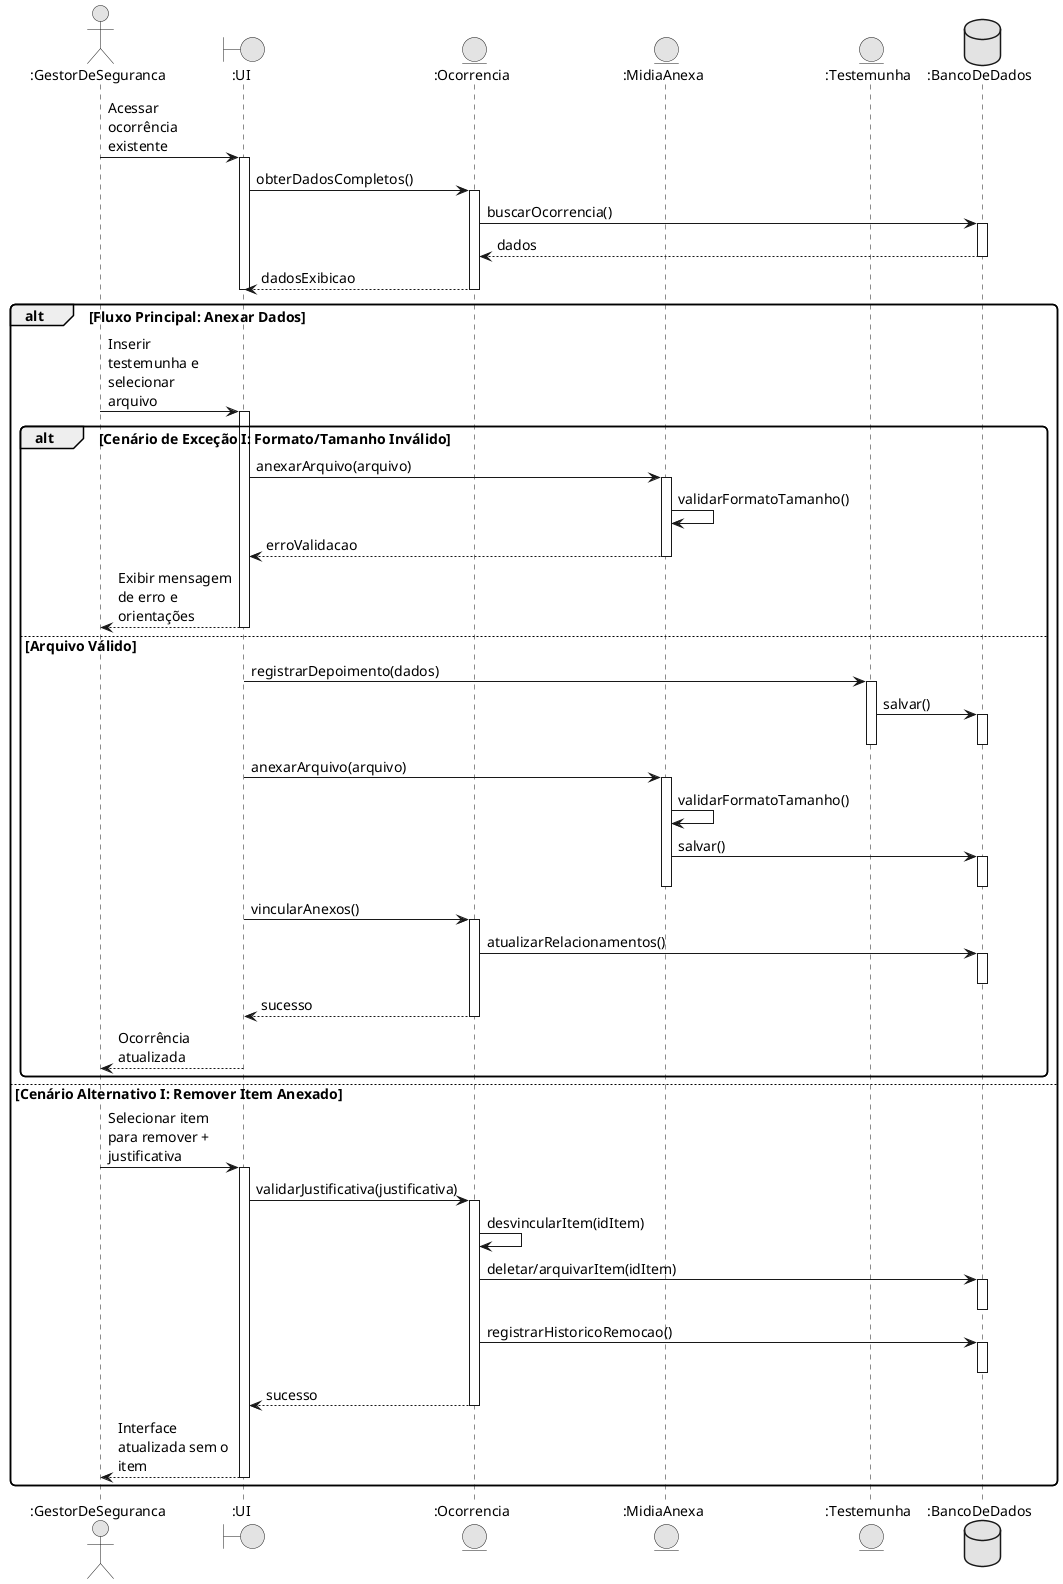
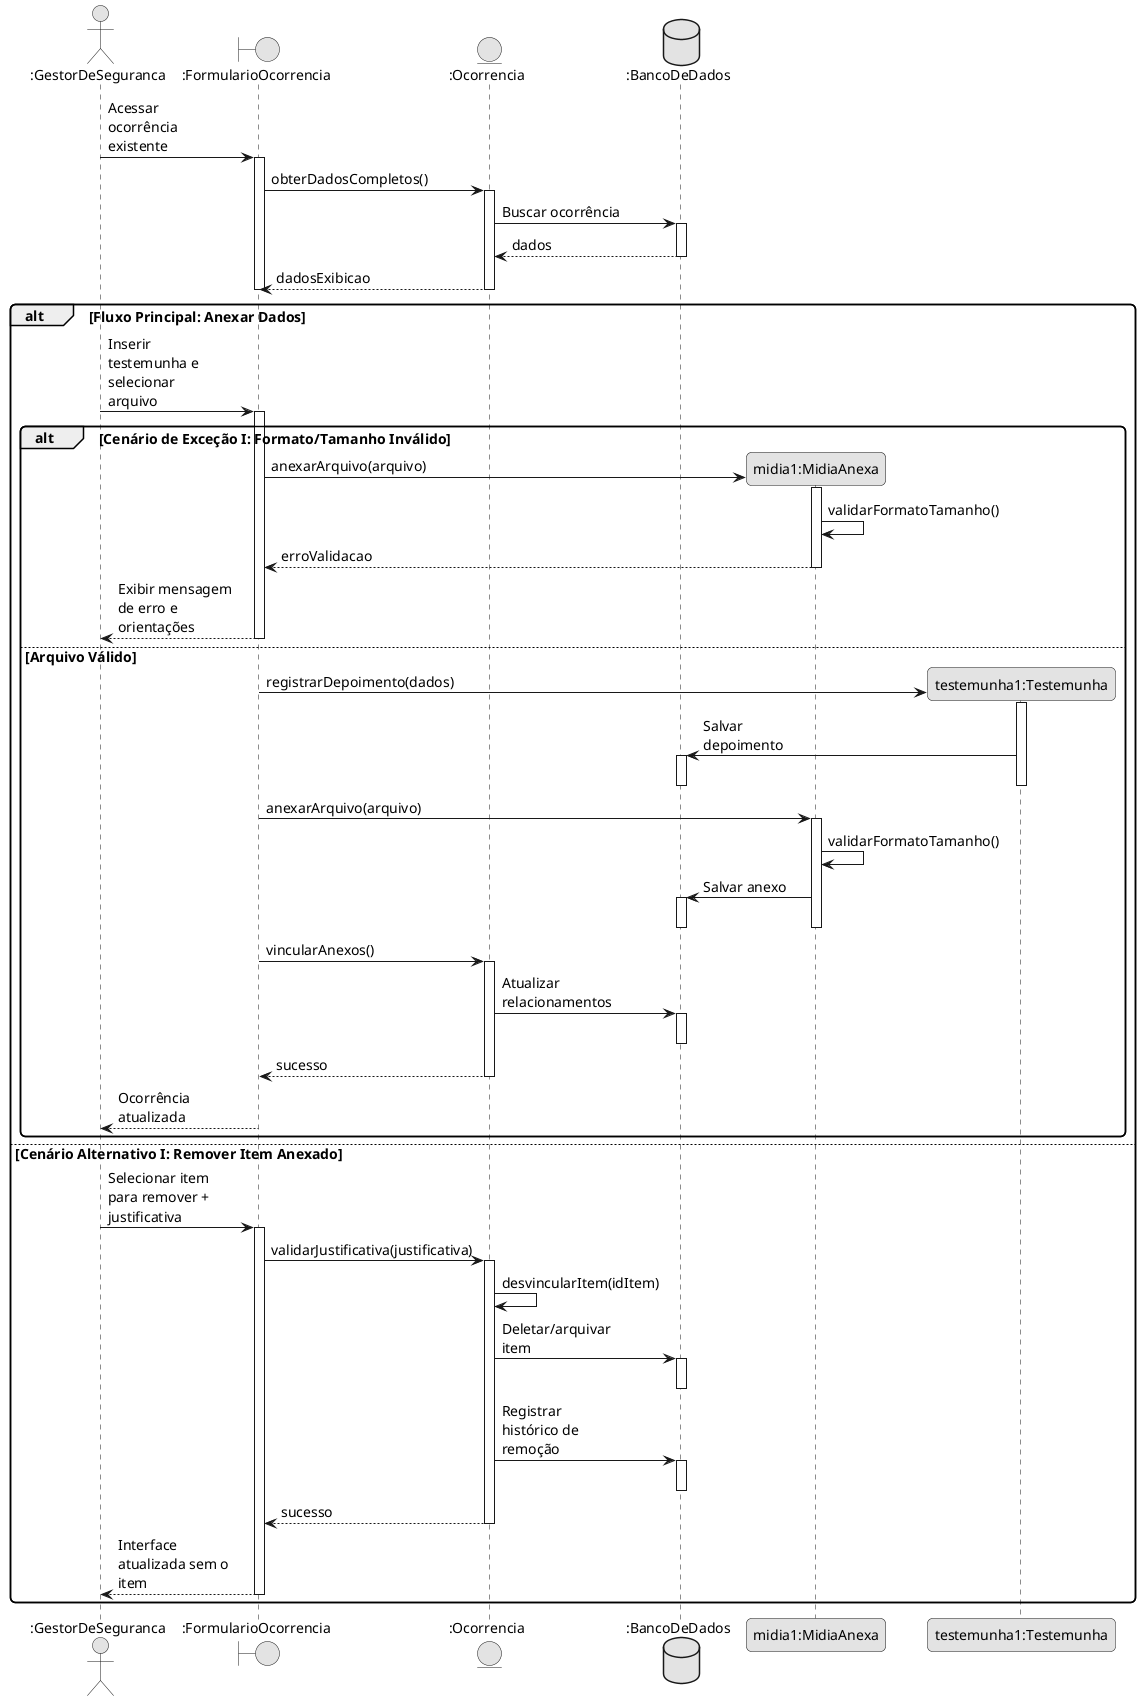
@startuml
skinparam monochrome true
skinparam shadowing false
skinparam defaultFontName Arial
skinparam defaultFontSize 14
skinparam roundcorner 10
skinparam maxmessagesize 120

actor ":GestorDeSeguranca" as Gestor
- boundary ":UI" as UI
+ boundary ":FormularioOcorrencia" as UI
entity ":Ocorrencia" as Ocorrencia
- entity ":MidiaAnexa" as Midia
- entity ":Testemunha" as Testemunha
database ":BancoDeDados" as DB

Gestor -> UI ++ : Acessar ocorrência existente
UI -> Ocorrencia ++ : obterDadosCompletos()
- Ocorrencia -> DB ++ : buscarOcorrencia()
+ Ocorrencia -> DB ++ : Buscar ocorrência
DB --> Ocorrencia -- : dados
Ocorrencia --> UI -- : dadosExibicao
deactivate UI

alt Fluxo Principal: Anexar Dados
  Gestor -> UI ++ : Inserir testemunha e selecionar arquivo

  alt Cenário de Exceção I: Formato/Tamanho Inválido
+     create "midia1:MidiaAnexa" as Midia
    UI -> Midia ++ : anexarArquivo(arquivo)
    Midia -> Midia : validarFormatoTamanho()
    Midia --> UI -- : erroValidacao
    UI --> Gestor -- : Exibir mensagem de erro e orientações
  else Arquivo Válido
+     create "testemunha1:Testemunha" as Testemunha
    UI -> Testemunha ++ : registrarDepoimento(dados)
-     Testemunha -> DB ++ : salvar()
+     Testemunha -> DB ++ : Salvar depoimento
    deactivate DB
    deactivate Testemunha
    UI -> Midia ++ : anexarArquivo(arquivo)
    Midia -> Midia : validarFormatoTamanho()
-     Midia -> DB ++ : salvar()
+     Midia -> DB ++ : Salvar anexo
    deactivate DB
    deactivate Midia
    UI -> Ocorrencia ++ : vincularAnexos()
-     Ocorrencia -> DB ++ : atualizarRelacionamentos()
+     Ocorrencia -> DB ++ : Atualizar relacionamentos
    deactivate DB
    Ocorrencia --> UI -- : sucesso
    UI --> Gestor -- : Ocorrência atualizada
  end

else Cenário Alternativo I: Remover Item Anexado
  Gestor -> UI ++ : Selecionar item para remover + justificativa
  UI -> Ocorrencia ++ : validarJustificativa(justificativa)
  Ocorrencia -> Ocorrencia : desvincularItem(idItem)
-   Ocorrencia -> DB ++ : deletar/arquivarItem(idItem)
+   Ocorrencia -> DB ++ : Deletar/arquivar item
  deactivate DB
-   Ocorrencia -> DB ++ : registrarHistoricoRemocao()
+   Ocorrencia -> DB ++ : Registrar histórico de remoção
  deactivate DB
  Ocorrencia --> UI -- : sucesso
  UI --> Gestor -- : Interface atualizada sem o item
end
@enduml
